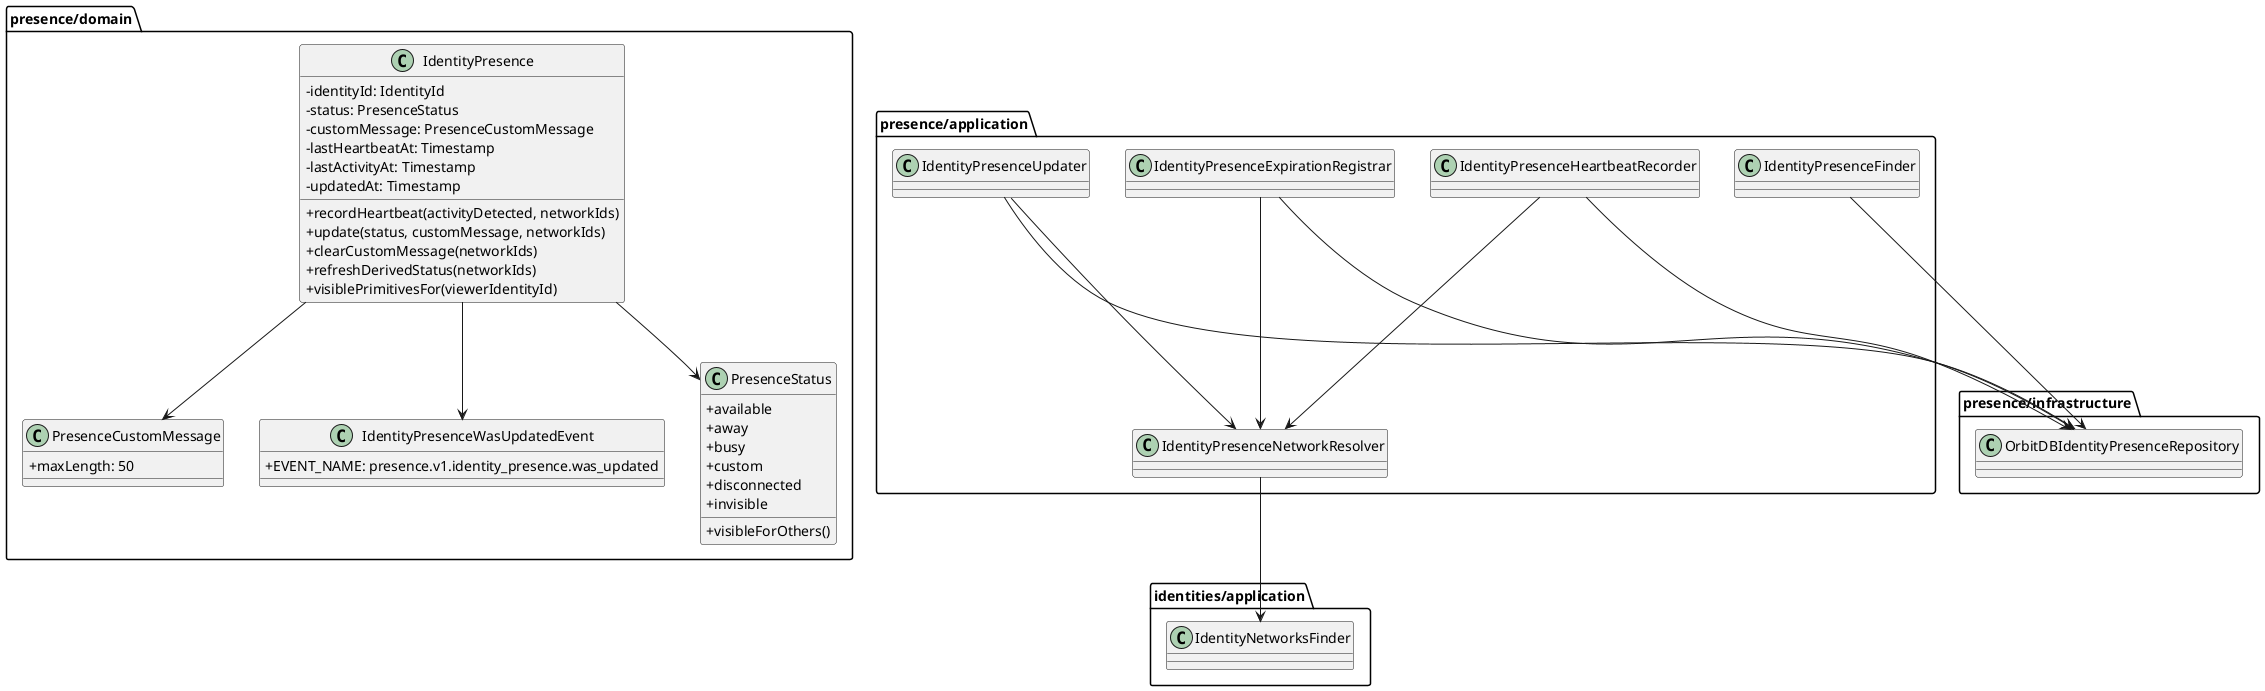
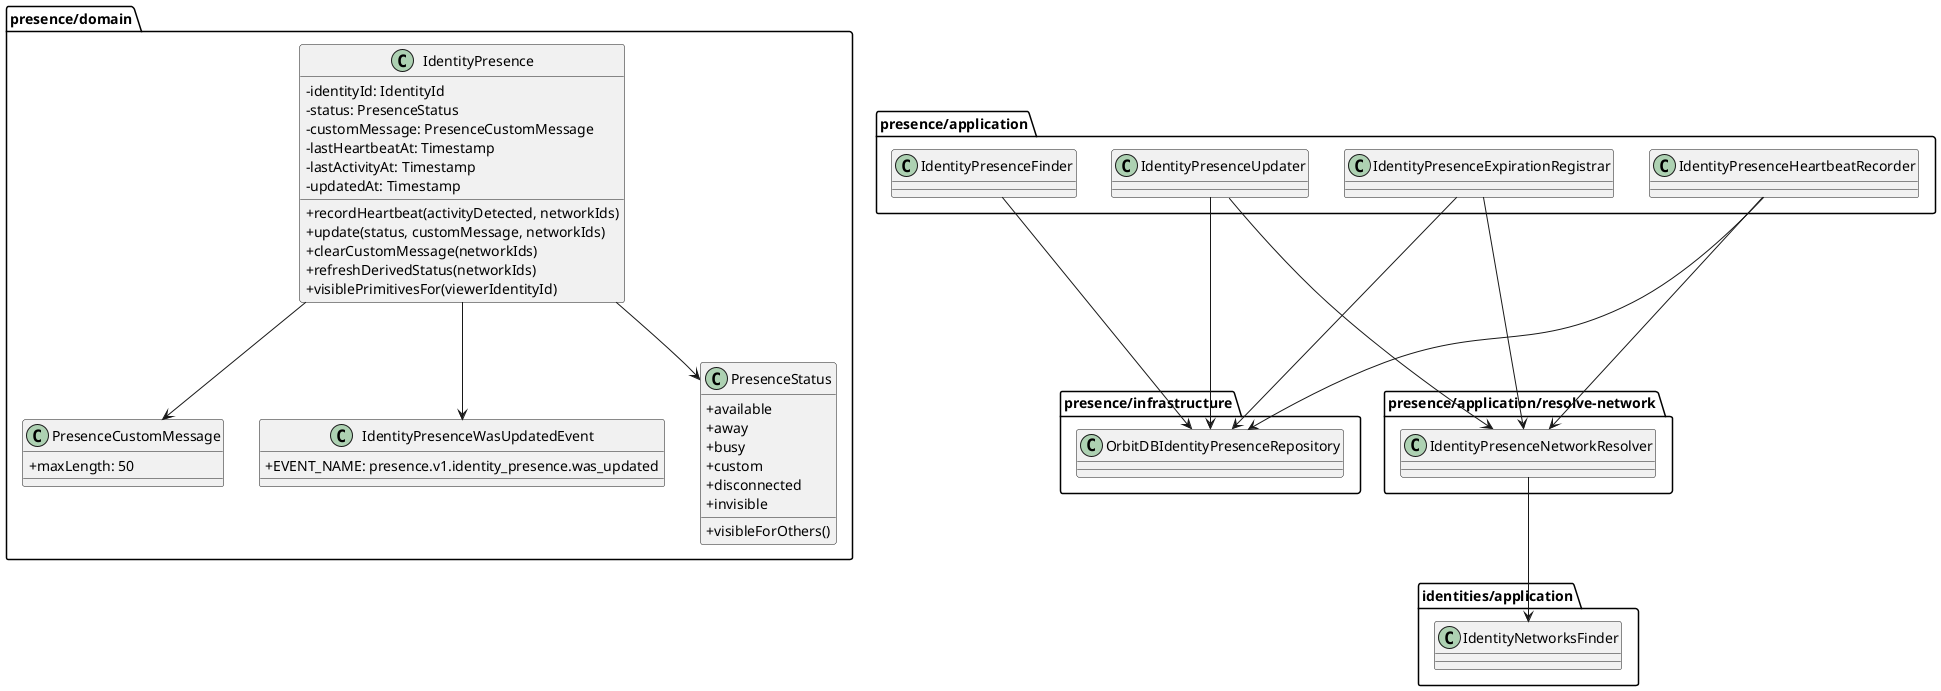
@startuml PresenceClasses

skinparam classAttributeIconSize 0

package "presence/domain" {
  class IdentityPresence {
    - identityId: IdentityId
    - status: PresenceStatus
    - customMessage: PresenceCustomMessage
    - lastHeartbeatAt: Timestamp
    - lastActivityAt: Timestamp
    - updatedAt: Timestamp
    + recordHeartbeat(activityDetected, networkIds)
    + update(status, customMessage, networkIds)
    + clearCustomMessage(networkIds)
    + refreshDerivedStatus(networkIds)
    + visiblePrimitivesFor(viewerIdentityId)
  }

  class PresenceStatus {
    + available
    + away
    + busy
    + custom
    + disconnected
    + invisible
    + visibleForOthers()
  }

  class PresenceCustomMessage {
    + maxLength: 50
  }

  class IdentityPresenceWasUpdatedEvent {
    + EVENT_NAME: presence.v1.identity_presence.was_updated
  }
}

package "presence/application" {
  class IdentityPresenceFinder
  class IdentityPresenceUpdater
  class IdentityPresenceHeartbeatRecorder
  class IdentityPresenceExpirationRegistrar
+ }
+ 
+ package "presence/application/resolve-network" {
  class IdentityPresenceNetworkResolver
}

package "identities/application" {
  class IdentityNetworksFinder
}

package "presence/infrastructure" {
  class OrbitDBIdentityPresenceRepository
}

IdentityPresence --> PresenceStatus
IdentityPresence --> PresenceCustomMessage
IdentityPresence --> IdentityPresenceWasUpdatedEvent
IdentityPresenceFinder --> OrbitDBIdentityPresenceRepository
IdentityPresenceUpdater --> OrbitDBIdentityPresenceRepository
IdentityPresenceUpdater --> IdentityPresenceNetworkResolver
IdentityPresenceHeartbeatRecorder --> OrbitDBIdentityPresenceRepository
IdentityPresenceHeartbeatRecorder --> IdentityPresenceNetworkResolver
IdentityPresenceExpirationRegistrar --> OrbitDBIdentityPresenceRepository
IdentityPresenceExpirationRegistrar --> IdentityPresenceNetworkResolver
IdentityPresenceNetworkResolver --> IdentityNetworksFinder

@enduml
